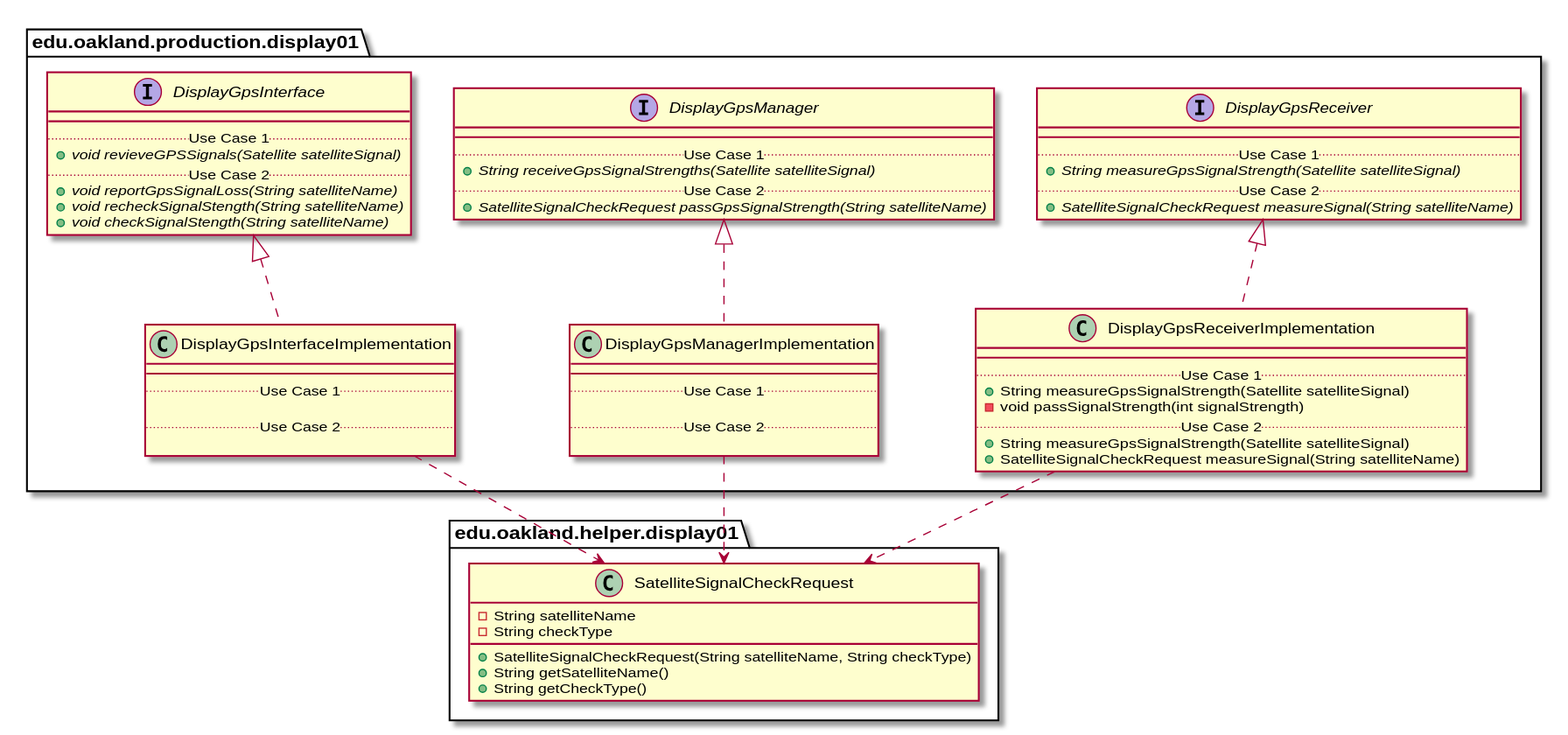
This is docs/uml-class-diagrams/display01/production/Display01ProductionPackage_DirectDependencies.svg from andrewdimmer/csi-3370-software-project, a PlantUML export, as it was before one commit.
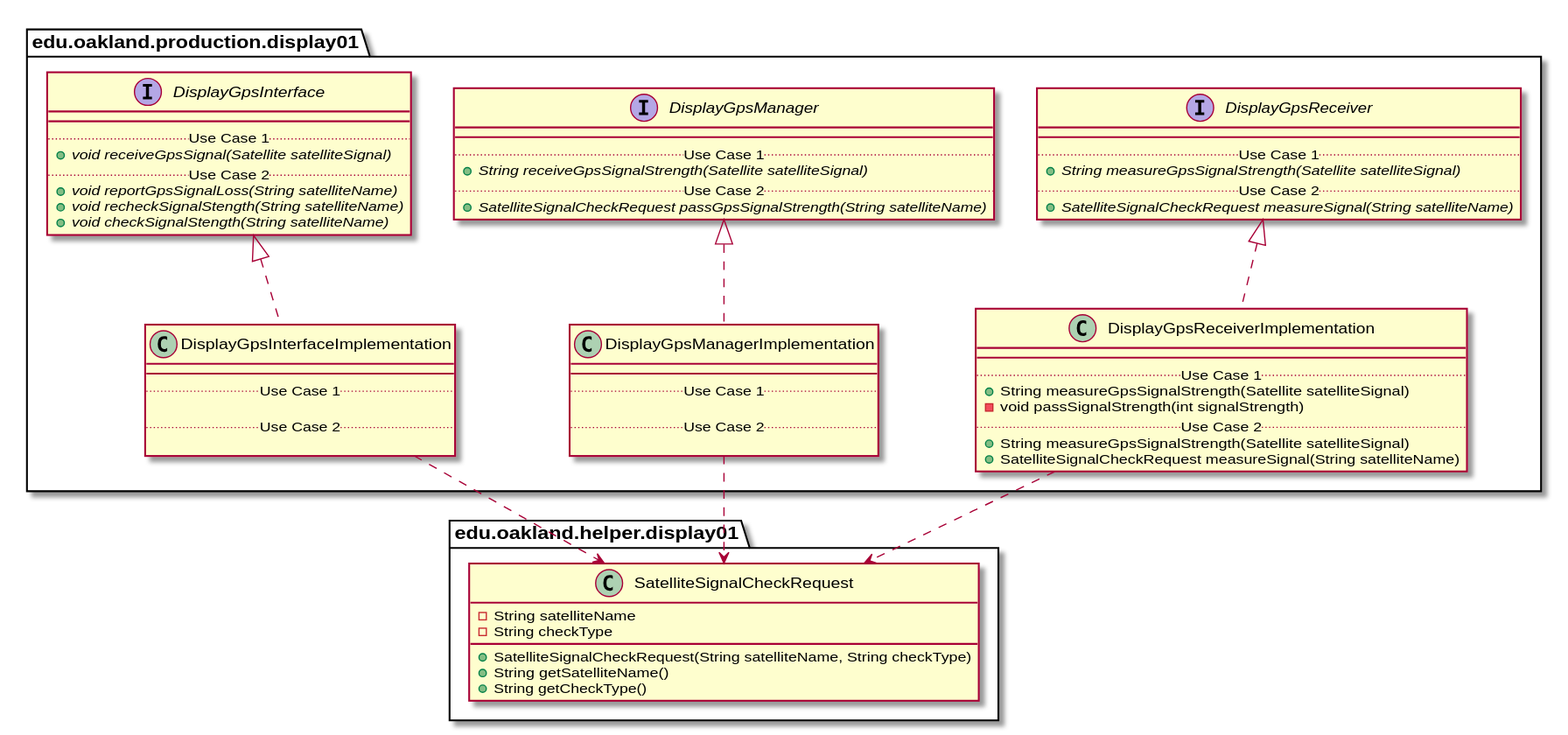
After the commit.

Diff of the diagram source:
```diff
@@ -1,173 +1,87 @@
 @startuml Display01ProductionPackage_DirectDependencies
 
+package edu.oakland.production.display01 {
+
+}
 
 
 package edu.oakland.production.display01 {
 
-
-
 }
 
 
-
+package edu.oakland.production.display01 {
+    interface DisplayGpsInterface {
+        __
+        .. Use Case 1 ..
+        {abstract} + void receiveGpsSignal(Satellite satelliteSignal)
+        .. Use Case 2 ..
+        {abstract} + void reportGpsSignalLoss(String satelliteName)
+        {abstract} + void recheckSignalStength(String satelliteName)
+        {abstract} + void checkSignalStength(String satelliteName)
+    }
+}
 
 
 package edu.oakland.production.display01 {
-
-
-
+    interface DisplayGpsManager {
+        __
+        .. Use Case 1 ..
+        {abstract} + String receiveGpsSignalStrength(Satellite satelliteSignal)
+        .. Use Case 2 ..
+        {abstract} + SatelliteSignalCheckRequest passGpsSignalStrength(String satelliteName)
+    }
 }
 
 
-
+package edu.oakland.production.display01 {
+    interface DisplayGpsReceiver {
+        __
+        .. Use Case 1 ..
+        {abstract} + String measureGpsSignalStrength(Satellite satelliteSignal)
+        .. Use Case 2 ..
+        {abstract} + SatelliteSignalCheckRequest measureSignal(String satelliteName)
+    }
+}
 
 
 package edu.oakland.production.display01 {
-
-    interface DisplayGpsInterface {
-
+    class DisplayGpsInterfaceImplementation {
         __
-
         .. Use Case 1 ..
-
-        {abstract} + void receiveGpsSignal(Satellite satelliteSignal)
 
         .. Use Case 2 ..
 
-        {abstract} + void reportGpsSignalLoss(String satelliteName)
-
-        {abstract} + void recheckSignalStength(String satelliteName)
-
-        {abstract} + void checkSignalStength(String satelliteName)
-
     }
-
 }
-
-
-
-
-
-package edu.oakland.production.display01 {
-
-    interface DisplayGpsManager {
-
-        __
-
-        .. Use Case 1 ..
-
-        {abstract} + String receiveGpsSignalStrength(Satellite satelliteSignal)
-
-        .. Use Case 2 ..
-
-        {abstract} + SatelliteSignalCheckRequest passGpsSignalStrength(String satelliteName)
-
-    }
-
-}
-
-
-
-
-
-package edu.oakland.production.display01 {
-
-    interface DisplayGpsReceiver {
-
-        __
-
-        .. Use Case 1 ..
-
-        {abstract} + String measureGpsSignalStrength(Satellite satelliteSignal)
-
-        .. Use Case 2 ..
-
-        {abstract} + SatelliteSignalCheckRequest measureSignal(String satelliteName)
-
-    }
-
-}
-
-
-
-
-
-package edu.oakland.production.display01 {
-
-    class DisplayGpsInterfaceImplementation {
-
-        __
-
-        .. Use Case 1 ..
-
-
-
-        .. Use Case 2 ..
-
-
-
-    }
-
-}
-
-
-
 
 
 DisplayGpsInterfaceImplementation .up.|> DisplayGpsInterface
 
-
-
 package edu.oakland.production.display01 {
-
     class DisplayGpsManagerImplementation {
-
         __
-
         .. Use Case 1 ..
-
-
 
         .. Use Case 2 ..
 
-
-
     }
-
 }
-
-
-
 
 
 DisplayGpsManagerImplementation .up.|> DisplayGpsManager
 
-
-
 package edu.oakland.production.display01 {
-
     class DisplayGpsReceiverImplementation {
-
         __
-
         .. Use Case 1 ..
-
         + String measureGpsSignalStrength(Satellite satelliteSignal)
-
         - void passSignalStrength(int signalStrength)
-
         .. Use Case 2 ..
-
         + String measureGpsSignalStrength(Satellite satelliteSignal)
-
         + SatelliteSignalCheckRequest measureSignal(String satelliteName)
-
     }
-
 }
-
-
-
 
 
 DisplayGpsReceiverImplementation .up.|> DisplayGpsReceiver
@@ -176,36 +90,18 @@
 
 
 
-
-
-
-
-
-
 package edu.oakland.helper.display01 {
-
     class SatelliteSignalCheckRequest {
-
         - String satelliteName
-
         - String checkType
-
         + SatelliteSignalCheckRequest(String satelliteName, String checkType)
-
         + String getSatelliteName()
-
         + String getCheckType()
-
     }
-
 }
 
-
-
 DisplayGpsInterfaceImplementation ..> SatelliteSignalCheckRequest
-
 DisplayGpsManagerImplementation ..> SatelliteSignalCheckRequest
-
 DisplayGpsReceiverImplementation ..> SatelliteSignalCheckRequest
 
 
@@ -215,13 +111,4 @@
 
 
 
-
-
-
-
-
-
-
-
-
 @enduml
```
